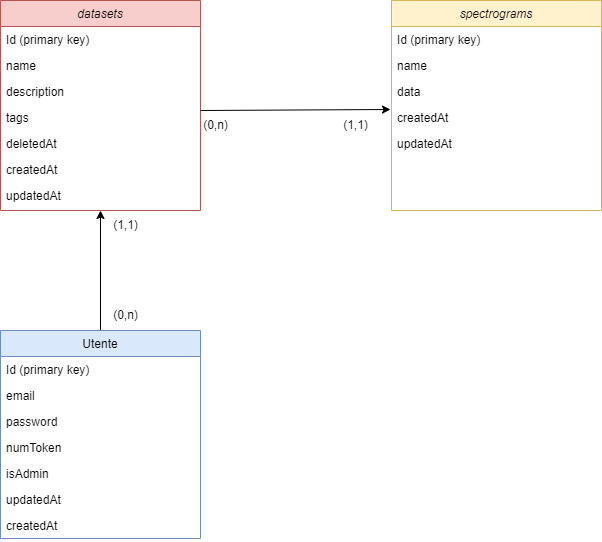
Earlier version of the draw.io export diagrammi/DiagrammaRelazionale.drawio.png (LauraFe01/Inference-Management-System). Source tidied: cells renumbered, new cells last; positions are measured from the earlier drawing's top-left corner, leaving out a move shared by most shapes. The source it was exported from:
```xml
<mxGraphModel>
  <root>
    <mxCell id="0" />
    <mxCell id="1" parent="0" />
    <mxCell id="2" value="spectrograms" style="swimlane;fontStyle=2;align=center;verticalAlign=top;horizontal=1;startSize=26;rounded=0;shadow=0;strokeWidth=1;fillColor=#fff2cc;strokeColor=#d6b656;" parent="1" vertex="1">
      <mxGeometry x="391" width="210" height="210" as="geometry" />
    </mxCell>
    <mxCell id="3" value="Id (primary key)" style="text;align=left;verticalAlign=top;spacingLeft=4;spacingRight=4;overflow=hidden;" parent="2" vertex="1">
      <mxGeometry y="26" width="210" height="26" as="geometry" />
    </mxCell>
    <mxCell id="4" value="name" style="text;align=left;verticalAlign=top;spacingLeft=4;spacingRight=4;overflow=hidden;rounded=0;shadow=0;html=0;" parent="2" vertex="1">
      <mxGeometry y="52" width="210" height="26" as="geometry" />
    </mxCell>
    <mxCell id="5" value="data" style="text;align=left;verticalAlign=top;spacingLeft=4;spacingRight=4;overflow=hidden;rounded=0;shadow=0;html=0;" parent="2" vertex="1">
      <mxGeometry y="78" width="210" height="26" as="geometry" />
    </mxCell>
    <mxCell id="6" value="createdAt" style="text;align=left;verticalAlign=top;spacingLeft=4;spacingRight=4;overflow=hidden;rounded=0;shadow=0;html=0;" parent="2" vertex="1">
      <mxGeometry y="104" width="210" height="26" as="geometry" />
    </mxCell>
    <mxCell id="7" value="updatedAt" style="text;align=left;verticalAlign=top;spacingLeft=4;spacingRight=4;overflow=hidden;rounded=0;shadow=0;html=0;" parent="2" vertex="1">
      <mxGeometry y="130" width="210" height="26" as="geometry" />
    </mxCell>
    <mxCell id="8" style="rounded=0;jettySize=auto;html=1;entryX=0.5;entryY=1.077;entryDx=0;entryDy=0;entryPerimeter=0;" parent="1" edge="1" source="9" target="24">
      <mxGeometry relative="1" as="geometry" />
    </mxCell>
    <mxCell id="9" value="Utente" style="swimlane;fontStyle=0;align=center;verticalAlign=top;horizontal=1;startSize=26;rounded=0;shadow=0;strokeWidth=1;fillColor=#dae8fc;strokeColor=#6c8ebf;" parent="1" vertex="1">
      <mxGeometry y="330" width="200" height="208" as="geometry" />
    </mxCell>
    <mxCell id="10" value="Id (primary key)" style="text;align=left;verticalAlign=top;spacingLeft=4;spacingRight=4;overflow=hidden;rounded=0;shadow=0;html=0;" parent="9" vertex="1">
      <mxGeometry y="26" width="200" height="26" as="geometry" />
    </mxCell>
    <mxCell id="11" value="email" style="text;align=left;verticalAlign=top;spacingLeft=4;spacingRight=4;overflow=hidden;" parent="9" vertex="1">
      <mxGeometry y="52" width="200" height="26" as="geometry" />
    </mxCell>
    <mxCell id="12" value="password" style="text;align=left;verticalAlign=top;spacingLeft=4;spacingRight=4;overflow=hidden;rounded=0;shadow=0;html=0;" parent="9" vertex="1">
      <mxGeometry y="78" width="200" height="26" as="geometry" />
    </mxCell>
    <mxCell id="13" value="numToken" style="text;align=left;verticalAlign=top;spacingLeft=4;spacingRight=4;overflow=hidden;rounded=0;shadow=0;html=0;" parent="9" vertex="1">
      <mxGeometry y="104" width="200" height="26" as="geometry" />
    </mxCell>
    <mxCell id="14" value="isAdmin" style="text;align=left;verticalAlign=top;spacingLeft=4;spacingRight=4;overflow=hidden;rounded=0;shadow=0;html=0;" parent="9" vertex="1">
      <mxGeometry y="130" width="200" height="26" as="geometry" />
    </mxCell>
    <mxCell id="15" value="updatedAt" style="text;align=left;verticalAlign=top;spacingLeft=4;spacingRight=4;overflow=hidden;rounded=0;shadow=0;html=0;" parent="9" vertex="1">
      <mxGeometry y="156" width="200" height="26" as="geometry" />
    </mxCell>
    <mxCell id="16" value="createdAt" style="text;align=left;verticalAlign=top;spacingLeft=4;spacingRight=4;overflow=hidden;rounded=0;shadow=0;html=0;" parent="9" vertex="1">
      <mxGeometry y="182" width="200" height="26" as="geometry" />
    </mxCell>
    <mxCell id="17" value="datasets" style="swimlane;fontStyle=2;align=center;verticalAlign=top;horizontal=1;startSize=26;rounded=0;shadow=0;strokeWidth=1;fillColor=#f8cecc;strokeColor=#b85450;" parent="1" vertex="1">
      <mxGeometry width="200" height="210" as="geometry" />
    </mxCell>
    <mxCell id="18" value="Id (primary key)" style="text;align=left;verticalAlign=top;spacingLeft=4;spacingRight=4;overflow=hidden;rounded=0;shadow=0;html=0;" parent="17" vertex="1">
      <mxGeometry y="26" width="200" height="26" as="geometry" />
    </mxCell>
    <mxCell id="19" value="name" style="text;align=left;verticalAlign=top;spacingLeft=4;spacingRight=4;overflow=hidden;" parent="17" vertex="1">
      <mxGeometry y="52" width="200" height="26" as="geometry" />
    </mxCell>
    <mxCell id="20" value="description" style="text;align=left;verticalAlign=top;spacingLeft=4;spacingRight=4;overflow=hidden;rounded=0;shadow=0;html=0;" parent="17" vertex="1">
      <mxGeometry y="78" width="200" height="26" as="geometry" />
    </mxCell>
    <mxCell id="21" value="tags" style="text;align=left;verticalAlign=top;spacingLeft=4;spacingRight=4;overflow=hidden;rounded=0;shadow=0;html=0;" parent="17" vertex="1">
      <mxGeometry y="104" width="200" height="26" as="geometry" />
    </mxCell>
    <mxCell id="22" value="deletedAt" style="text;align=left;verticalAlign=top;spacingLeft=4;spacingRight=4;overflow=hidden;rounded=0;shadow=0;html=0;" parent="17" vertex="1">
      <mxGeometry y="130" width="200" height="26" as="geometry" />
    </mxCell>
    <mxCell id="23" value="createdAt" style="text;align=left;verticalAlign=top;spacingLeft=4;spacingRight=4;overflow=hidden;rounded=0;shadow=0;html=0;" parent="17" vertex="1">
      <mxGeometry y="156" width="200" height="26" as="geometry" />
    </mxCell>
    <mxCell id="24" value="updatedAt" style="text;align=left;verticalAlign=top;spacingLeft=4;spacingRight=4;overflow=hidden;points=[[0,0.5],[1,0.5]];portConstraint=eastwest;rounded=0;shadow=0;html=0;" parent="17" vertex="1">
      <mxGeometry y="182" width="200" height="26" as="geometry" />
    </mxCell>
    <mxCell id="25" style="rounded=0;orthogonalLoop=1;jettySize=auto;html=1;entryX=0;entryY=0.5;entryDx=0;entryDy=0;" parent="1" edge="1">
      <mxGeometry relative="1" as="geometry">
        <mxPoint x="200" y="110" as="sourcePoint" />
        <mxPoint x="390" y="109" as="targetPoint" />
      </mxGeometry>
    </mxCell>
    <mxCell id="26" value="(0,n)" style="text;html=1;align=center;verticalAlign=middle;strokeColor=none;fillColor=none;" parent="1" vertex="1">
      <mxGeometry x="190" y="110" width="50" height="30" as="geometry" />
    </mxCell>
    <mxCell id="27" value="&lt;span style=&quot;color: rgba(0, 0, 0, 0); font-family: monospace; font-size: 0px; text-align: start;&quot;&gt;%3CmxGraphModel%3E%3Croot%3E%3CmxCell%20id%3D%220%22%2F%3E%3CmxCell%20id%3D%221%22%20parent%3D%220%22%2F%3E%3CmxCell%20id%3D%222%22%20value%3D%22(1%2Cn)%22%20style%3D%22text%3Bhtml%3D1%3Balign%3Dcenter%3BverticalAlign%3Dmiddle%3Bresizable%3D0%3Bpoints%3D%5B%5D%3Bautosize%3D1%3BstrokeColor%3Dnone%3BfillColor%3Dnone%3B%22%20vertex%3D%221%22%20parent%3D%221%22%3E%3CmxGeometry%20x%3D%22380%22%20y%3D%22140%22%20width%3D%2250%22%20height%3D%2230%22%20as%3D%22geometry%22%2F%3E%3C%2FmxCell%3E%3C%2Froot%3E%3C%2FmxGraphModel%3E&lt;/span&gt;&lt;span style=&quot;color: rgba(0, 0, 0, 0); font-family: monospace; font-size: 0px; text-align: start;&quot;&gt;%3CmxGraphModel%3E%3Croot%3E%3CmxCell%20id%3D%220%22%2F%3E%3CmxCell%20id%3D%221%22%20parent%3D%220%22%2F%3E%3CmxCell%20id%3D%222%22%20value%3D%22(1%2Cn)%22%20style%3D%22text%3Bhtml%3D1%3Balign%3Dcenter%3BverticalAlign%3Dmiddle%3Bresizable%3D0%3Bpoints%3D%5B%5D%3Bautosize%3D1%3BstrokeColor%3Dnone%3BfillColor%3Dnone%3B%22%20vertex%3D%221%22%20parent%3D%221%22%3E%3CmxGeometry%20x%3D%22380%22%20y%3D%22140%22%20width%3D%2250%22%20height%3D%2230%22%20as%3D%22geometry%22%2F%3E%3C%2FmxCell%3E%3C%2Froot%3E%3C%2FmxGraphModel%3E&lt;/span&gt;" style="text;html=1;align=center;verticalAlign=middle;strokeColor=none;fillColor=none;" parent="1" vertex="1">
      <mxGeometry x="130" y="300" width="20" height="30" as="geometry" />
    </mxCell>
    <mxCell id="28" value="(0,n)" style="text;html=1;align=center;verticalAlign=middle;strokeColor=none;fillColor=none;" parent="1" vertex="1">
      <mxGeometry x="100" y="300" width="50" height="30" as="geometry" />
    </mxCell>
    <mxCell id="29" value="(1,1)" style="text;html=1;align=center;verticalAlign=middle;strokeColor=none;fillColor=none;" parent="1" vertex="1">
      <mxGeometry x="330" y="110" width="50" height="30" as="geometry" />
    </mxCell>
    <mxCell id="30" value="(1,1)" style="text;html=1;align=center;verticalAlign=middle;strokeColor=none;fillColor=none;" parent="1" vertex="1">
      <mxGeometry x="100" y="210" width="50" height="30" as="geometry" />
    </mxCell>
  </root>
</mxGraphModel>
```
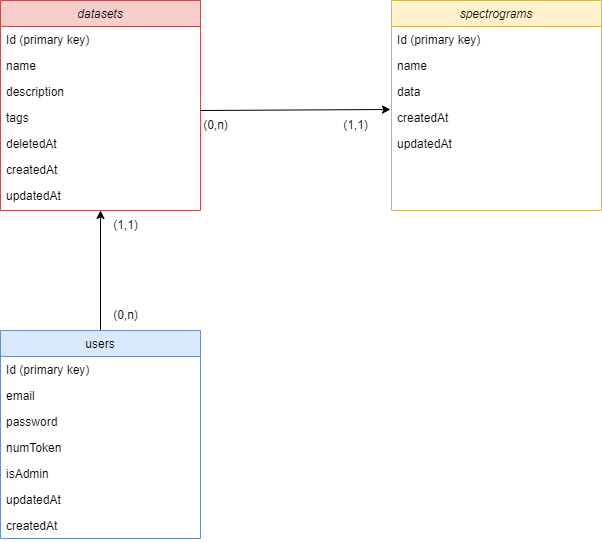
After the change.

Change to the diagram source:
```diff
@@ -23,7 +23,7 @@
     <mxCell id="8" style="rounded=0;jettySize=auto;html=1;entryX=0.5;entryY=1.077;entryDx=0;entryDy=0;entryPerimeter=0;" parent="1" edge="1" source="9" target="24">
       <mxGeometry relative="1" as="geometry" />
     </mxCell>
-    <mxCell id="9" value="Utente" style="swimlane;fontStyle=0;align=center;verticalAlign=top;horizontal=1;startSize=26;rounded=0;shadow=0;strokeWidth=1;fillColor=#dae8fc;strokeColor=#6c8ebf;" parent="1" vertex="1">
+    <mxCell id="9" value="users" style="swimlane;fontStyle=0;align=center;verticalAlign=top;horizontal=1;startSize=26;rounded=0;shadow=0;strokeWidth=1;fillColor=#dae8fc;strokeColor=#6c8ebf;" parent="1" vertex="1">
       <mxGeometry y="330" width="200" height="208" as="geometry" />
     </mxCell>
     <mxCell id="10" value="Id (primary key)" style="text;align=left;verticalAlign=top;spacingLeft=4;spacingRight=4;overflow=hidden;rounded=0;shadow=0;html=0;" parent="9" vertex="1">
```
